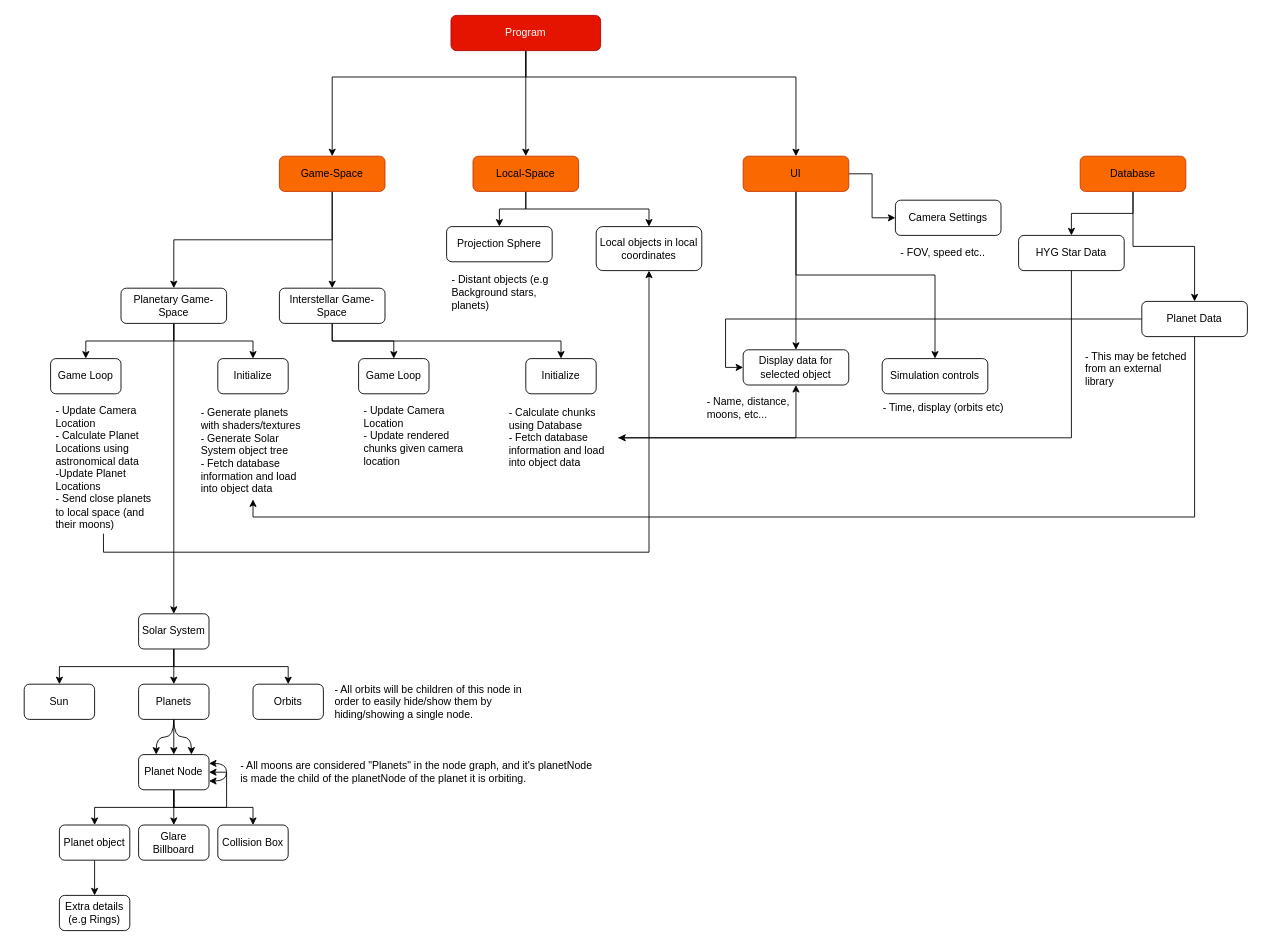
zoravar-s/panda3d-keplerian-physsim keeps this draw.io diagram as Untitled Diagram.drawio. Above is the earlier version. Source tidied: cells renumbered, new cells numbered last; positions are measured from the earlier drawing's top-left corner, leaving out a move shared by most shapes. Both pictures are drawn from the tidied source at 88%, with x=0, y=0 at pixel (24, 15).
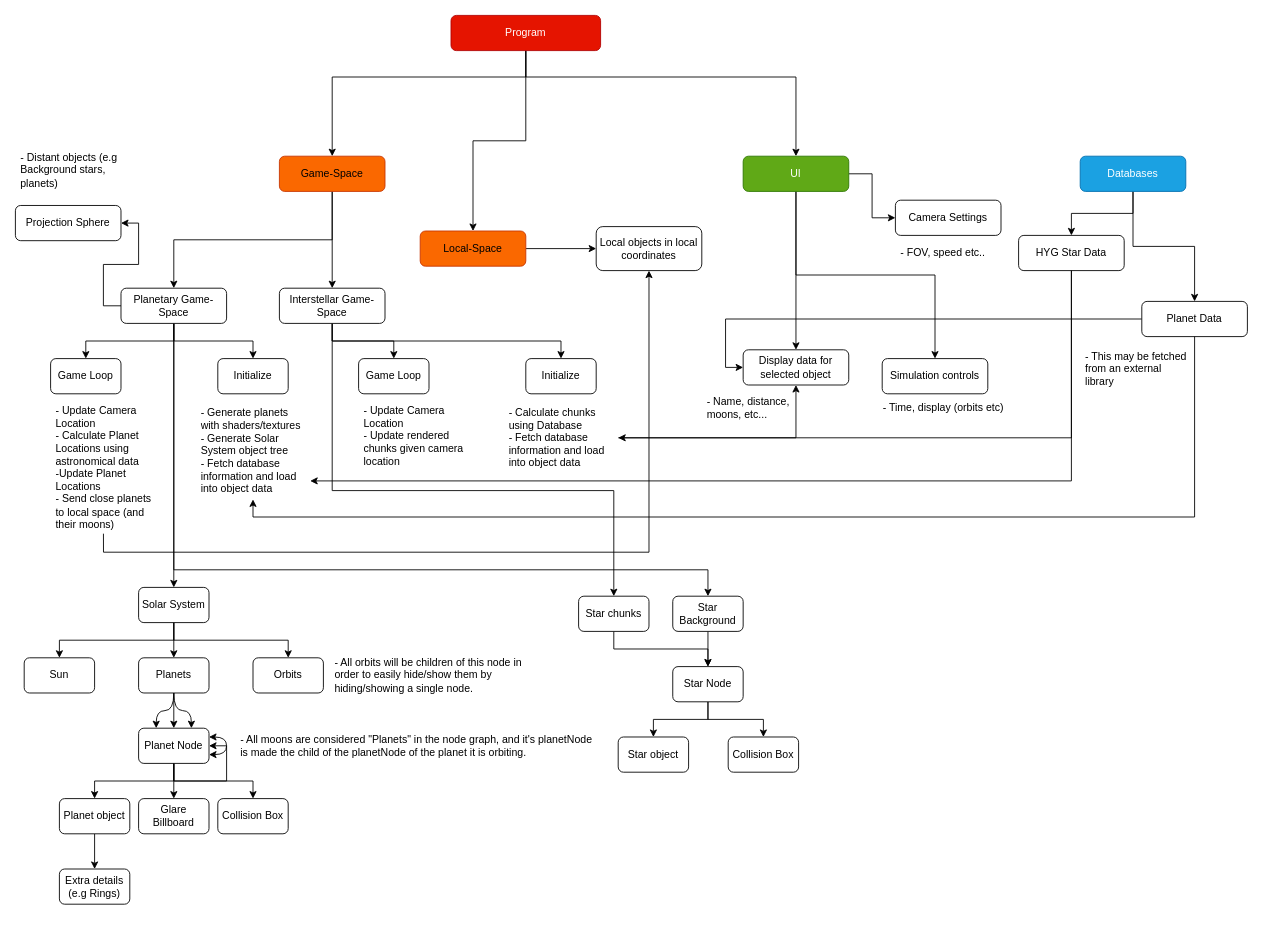
The same page after the edit.

The change refers to these unchanged cells:
```xml
<mxCell id="8" value="Planetary Game-Space" style="rounded=1;whiteSpace=wrap;html=1;" parent="1" vertex="1">
  <mxGeometry x="110" y="310" width="120" height="40" as="geometry" />
</mxCell>
<mxCell id="11" value="Interstellar Game-Space" style="rounded=1;whiteSpace=wrap;html=1;" parent="1" vertex="1">
  <mxGeometry x="290" y="310" width="120" height="40" as="geometry" />
</mxCell>
<mxCell id="15" value="- Generate planets with shaders/textures&lt;br&gt;&lt;div&gt;- Generate Solar System object tree&lt;/div&gt;&lt;div&gt;- Fetch database information and load into object data&lt;/div&gt;" style="text;strokeColor=none;fillColor=none;align=left;verticalAlign=middle;spacingLeft=4;spacingRight=4;overflow=hidden;points=[[0,0.5],[1,0.5]];portConstraint=eastwest;whiteSpace=wrap;html=1;rounded=1;" parent="1" vertex="1">
  <mxGeometry x="195" y="440" width="130" height="110" as="geometry" />
</mxCell>
<mxCell id="31" value="HYG Star Data" style="rounded=1;whiteSpace=wrap;html=1;" parent="1" vertex="1">
  <mxGeometry x="1130" y="250" width="120" height="40" as="geometry" />
</mxCell>
<mxCell id="42" value="Local objects in local coordinates" style="rounded=1;whiteSpace=wrap;html=1;" parent="1" vertex="1">
  <mxGeometry x="650" y="240" width="120" height="50" as="geometry" />
</mxCell>
```

What changed in the source:
```diff
@@
+    <mxCell id="75" style="edgeStyle=orthogonalEdgeStyle;rounded=0;jettySize=auto;html=1;exitX=0.5;exitY=1;exitDx=0;exitDy=0;entryX=0.5;entryY=0;entryDx=0;entryDy=0;" parent="1" edge="1" source="8" target="79">
+      <mxGeometry relative="1" as="geometry">
+        <Array as="points">
+          <mxPoint x="170" y="630" />
+          <mxPoint x="777" y="630" />
+        </Array>
+      </mxGeometry>
+    </mxCell>
+    <mxCell id="76" style="edgeStyle=orthogonalEdgeStyle;rounded=0;jettySize=auto;html=1;exitX=0;exitY=0.5;exitDx=0;exitDy=0;entryX=1;entryY=0.5;entryDx=0;entryDy=0;" parent="1" edge="1" source="8" target="40">
+      <mxGeometry relative="1" as="geometry" />
+    </mxCell>
@@
+    <mxCell id="77" style="edgeStyle=orthogonalEdgeStyle;rounded=0;jettySize=auto;html=1;exitX=0.5;exitY=1;exitDx=0;exitDy=0;entryX=0.5;entryY=0;entryDx=0;entryDy=0;" parent="1" edge="1" source="11" target="86">
+      <mxGeometry relative="1" as="geometry">
+        <Array as="points">
+          <mxPoint x="350" y="540" />
+          <mxPoint x="670" y="540" />
+        </Array>
+      </mxGeometry>
+    </mxCell>
@@
-    <mxCell id="27" value="Database" style="rounded=1;whiteSpace=wrap;html=1;fillColor=#fa6800;fontColor=#000000;strokeColor=#C73500;" parent="1" vertex="1">
+    <mxCell id="27" value="Databases" style="rounded=1;whiteSpace=wrap;html=1;fillColor=#1ba1e2;fontColor=#ffffff;strokeColor=#006EAF;" parent="1" vertex="1">
       <mxGeometry x="1200" y="160" width="120" height="40" as="geometry" />
     </mxCell>
@@
-    <mxCell id="33" style="edgeStyle=orthogonalEdgeStyle;rounded=0;jettySize=auto;html=1;exitX=0.5;exitY=1;exitDx=0;exitDy=0;" parent="1" edge="1" source="35" target="40">
-      <mxGeometry relative="1" as="geometry" />
-    </mxCell>
-    <mxCell id="34" style="edgeStyle=orthogonalEdgeStyle;rounded=0;jettySize=auto;html=1;exitX=0.5;exitY=1;exitDx=0;exitDy=0;entryX=0.5;entryY=0;entryDx=0;entryDy=0;" parent="1" edge="1" source="35" target="42">
+    <mxCell id="34" style="edgeStyle=orthogonalEdgeStyle;rounded=0;jettySize=auto;html=1;exitX=1;exitY=0.5;exitDx=0;exitDy=0;entryX=0;entryY=0.5;entryDx=0;entryDy=0;" parent="1" edge="1" source="35" target="42">
       <mxGeometry relative="1" as="geometry" />
     </mxCell>
     <mxCell id="35" value="Local-Space" style="rounded=1;whiteSpace=wrap;html=1;fillColor=#fa6800;fontColor=#000000;strokeColor=#C73500;" parent="1" vertex="1">
-      <mxGeometry x="510" y="160" width="120" height="40" as="geometry" />
+      <mxGeometry x="450" y="245" width="120" height="40" as="geometry" />
     </mxCell>
@@
-    <mxCell id="39" value="UI" style="rounded=1;whiteSpace=wrap;html=1;fillColor=#fa6800;fontColor=#000000;strokeColor=#C73500;" parent="1" vertex="1">
+    <mxCell id="39" value="UI" style="rounded=1;whiteSpace=wrap;html=1;fillColor=#60a917;fontColor=#ffffff;strokeColor=#2D7600;" parent="1" vertex="1">
       <mxGeometry x="817" y="160" width="120" height="40" as="geometry" />
     </mxCell>
-    <mxCell id="40" value="Projection Sphere" style="rounded=1;whiteSpace=wrap;html=1;" parent="1" vertex="1">
-      <mxGeometry x="480" y="240" width="120" height="40" as="geometry" />
-    </mxCell>
-    <mxCell id="41" value="- Distant objects (e.g Background stars, planets)" style="text;strokeColor=none;fillColor=none;align=left;verticalAlign=middle;spacingLeft=4;spacingRight=4;overflow=hidden;whiteSpace=wrap;html=1;rounded=1;" parent="1" vertex="1">
-      <mxGeometry x="480" y="290" width="130" height="50" as="geometry" />
-    </mxCell>
@@
     <mxCell id="54" value="Solar System" style="rounded=1;whiteSpace=wrap;html=1;" parent="1" vertex="1">
-      <mxGeometry x="130" y="680" width="80" height="40" as="geometry" />
+      <mxGeometry x="130" y="650" width="80" height="40" as="geometry" />
     </mxCell>
     <mxCell id="55" value="Sun" style="rounded=1;whiteSpace=wrap;html=1;" parent="1" vertex="1">
-      <mxGeometry y="760" width="80" height="40" as="geometry" />
+      <mxGeometry y="730" width="80" height="40" as="geometry" />
     </mxCell>
@@
     <mxCell id="59" value="Planets" style="rounded=1;whiteSpace=wrap;html=1;" parent="1" vertex="1">
-      <mxGeometry x="130" y="760" width="80" height="40" as="geometry" />
+      <mxGeometry x="130" y="730" width="80" height="40" as="geometry" />
     </mxCell>
     <mxCell id="60" value="Orbits" style="rounded=1;whiteSpace=wrap;html=1;" parent="1" vertex="1">
-      <mxGeometry x="260" y="760" width="80" height="40" as="geometry" />
+      <mxGeometry x="260" y="730" width="80" height="40" as="geometry" />
     </mxCell>
     <mxCell id="61" value="- All orbits will be children of this node in order to easily hide/show them by hiding/showing a single node." style="text;strokeColor=none;fillColor=none;align=left;verticalAlign=middle;spacingLeft=4;spacingRight=4;overflow=hidden;whiteSpace=wrap;html=1;rounded=1;" parent="1" vertex="1">
-      <mxGeometry x="347" y="730" width="240" height="100" as="geometry" />
+      <mxGeometry x="347" y="700" width="240" height="100" as="geometry" />
     </mxCell>
@@
     <mxCell id="65" value="Planet Node" style="rounded=1;whiteSpace=wrap;html=1;" parent="1" vertex="1">
-      <mxGeometry x="130" y="840" width="80" height="40" as="geometry" />
+      <mxGeometry x="130" y="810" width="80" height="40" as="geometry" />
     </mxCell>
@@
     <mxCell id="67" value="Planet object" style="rounded=1;whiteSpace=wrap;html=1;" parent="1" vertex="1">
-      <mxGeometry x="40" y="920" width="80" height="40" as="geometry" />
+      <mxGeometry x="40" y="890" width="80" height="40" as="geometry" />
     </mxCell>
     <mxCell id="68" value="Glare Billboard" style="rounded=1;whiteSpace=wrap;html=1;" parent="1" vertex="1">
-      <mxGeometry x="130" y="920" width="80" height="40" as="geometry" />
+      <mxGeometry x="130" y="890" width="80" height="40" as="geometry" />
     </mxCell>
     <mxCell id="69" value="Extra details&lt;br&gt;(e.g Rings)" style="rounded=1;whiteSpace=wrap;html=1;" parent="1" vertex="1">
-      <mxGeometry x="40" y="1000" width="80" height="40" as="geometry" />
+      <mxGeometry x="40" y="970" width="80" height="40" as="geometry" />
     </mxCell>
     <mxCell id="70" value="Collision Box" style="rounded=1;whiteSpace=wrap;html=1;" parent="1" vertex="1">
-      <mxGeometry x="220" y="920" width="80" height="40" as="geometry" />
+      <mxGeometry x="220" y="890" width="80" height="40" as="geometry" />
     </mxCell>
     <mxCell id="71" value="- All moons are considered &quot;Planets&quot; in the node graph, and it's planetNode is made the child of the planetNode of the planet it is orbiting." style="text;strokeColor=none;fillColor=none;align=left;verticalAlign=middle;spacingLeft=4;spacingRight=4;overflow=hidden;whiteSpace=wrap;html=1;rounded=1;" parent="1" vertex="1">
-      <mxGeometry x="240" y="835" width="420" height="50" as="geometry" />
+      <mxGeometry x="240" y="805" width="420" height="50" as="geometry" />
     </mxCell>
     <mxCell id="72" style="curved=1;endArrow=classic;html=1;rounded=0;entryX=1;entryY=0.25;entryDx=0;entryDy=0;" parent="1" edge="1" target="65">
       <mxGeometry relative="1" as="geometry">
-        <mxPoint x="230" y="860" as="sourcePoint" />
+        <mxPoint x="230" y="830" as="sourcePoint" />
         <Array as="points">
-          <mxPoint x="230" y="850" />
+          <mxPoint x="230" y="820" />
         </Array>
       </mxGeometry>
     </mxCell>
     <mxCell id="73" style="curved=1;endArrow=classic;html=1;rounded=0;entryX=1;entryY=0.75;entryDx=0;entryDy=0;" parent="1" edge="1" target="65">
       <mxGeometry relative="1" as="geometry">
-        <mxPoint x="230" y="860" as="sourcePoint" />
+        <mxPoint x="230" y="830" as="sourcePoint" />
         <Array as="points">
-          <mxPoint x="230" y="870" />
+          <mxPoint x="230" y="840" />
         </Array>
       </mxGeometry>
     </mxCell>
@@
+    <mxCell id="78" style="edgeStyle=orthogonalEdgeStyle;rounded=0;jettySize=auto;html=1;exitX=0.5;exitY=1;exitDx=0;exitDy=0;entryX=0.5;entryY=0;entryDx=0;entryDy=0;" parent="1" edge="1" source="79" target="82">
+      <mxGeometry relative="1" as="geometry" />
+    </mxCell>
+    <mxCell id="79" value="Star Background" style="rounded=1;whiteSpace=wrap;html=1;" parent="1" vertex="1">
+      <mxGeometry x="737" y="660" width="80" height="40" as="geometry" />
+    </mxCell>
+    <mxCell id="80" style="edgeStyle=orthogonalEdgeStyle;rounded=0;jettySize=auto;html=1;exitX=0.5;exitY=1;exitDx=0;exitDy=0;entryX=0.5;entryY=0;entryDx=0;entryDy=0;" parent="1" edge="1" source="82" target="84">
+      <mxGeometry relative="1" as="geometry" />
+    </mxCell>
+    <mxCell id="81" style="edgeStyle=orthogonalEdgeStyle;rounded=0;jettySize=auto;html=1;exitX=0.5;exitY=1;exitDx=0;exitDy=0;entryX=0.5;entryY=0;entryDx=0;entryDy=0;" parent="1" edge="1" source="82" target="83">
+      <mxGeometry relative="1" as="geometry" />
+    </mxCell>
+    <mxCell id="82" value="Star Node" style="rounded=1;whiteSpace=wrap;html=1;" parent="1" vertex="1">
+      <mxGeometry x="737" y="740" width="80" height="40" as="geometry" />
+    </mxCell>
+    <mxCell id="83" value="Collision Box" style="rounded=1;whiteSpace=wrap;html=1;" parent="1" vertex="1">
+      <mxGeometry x="800" y="820" width="80" height="40" as="geometry" />
+    </mxCell>
+    <mxCell id="84" value="Star object" style="rounded=1;whiteSpace=wrap;html=1;" parent="1" vertex="1">
+      <mxGeometry x="675" y="820" width="80" height="40" as="geometry" />
+    </mxCell>
+    <mxCell id="85" style="edgeStyle=orthogonalEdgeStyle;rounded=0;jettySize=auto;html=1;exitX=0.5;exitY=1;exitDx=0;exitDy=0;entryX=0.5;entryY=0;entryDx=0;entryDy=0;" parent="1" edge="1" source="86" target="82">
+      <mxGeometry relative="1" as="geometry" />
+    </mxCell>
+    <mxCell id="86" value="Star chunks" style="rounded=1;whiteSpace=wrap;html=1;" parent="1" vertex="1">
+      <mxGeometry x="630" y="660" width="80" height="40" as="geometry" />
+    </mxCell>
+    <mxCell id="87" style="edgeStyle=orthogonalEdgeStyle;rounded=0;jettySize=auto;html=1;exitX=0.5;exitY=1;exitDx=0;exitDy=0;entryX=1;entryY=0.809;entryDx=0;entryDy=0;entryPerimeter=0;" parent="1" edge="1" source="31" target="15">
+      <mxGeometry relative="1" as="geometry" />
+    </mxCell>
+    <mxCell id="40" value="Projection Sphere" style="rounded=1;whiteSpace=wrap;html=1;" parent="1" vertex="1">
+      <mxGeometry x="-10" y="216" width="120" height="40" as="geometry" />
+    </mxCell>
+    <mxCell id="41" value="- Distant objects (e.g Background stars, planets)" style="text;strokeColor=none;fillColor=none;align=left;verticalAlign=middle;spacingLeft=4;spacingRight=4;overflow=hidden;whiteSpace=wrap;html=1;rounded=1;" parent="1" vertex="1">
+      <mxGeometry x="-10" y="151" width="130" height="50" as="geometry" />
+    </mxCell>
```
